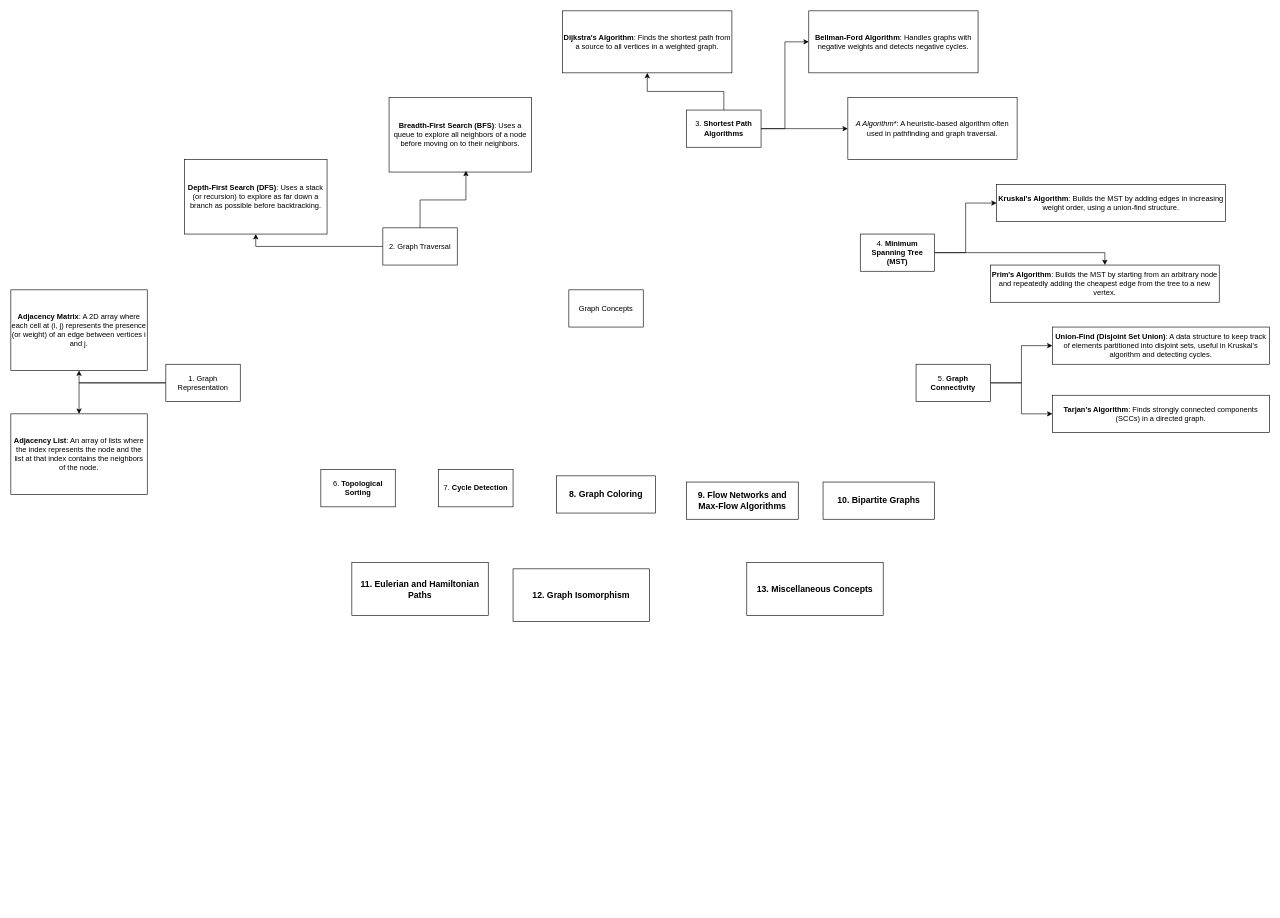
Above: graphsconcepts.drawio in KaidenCoder/DrawIORepo (draw.io), before the change. Source tidied: cells renumbered, new cells numbered last; positions are measured from the earlier drawing's top-left corner, leaving out a move shared by most shapes. Both pictures are drawn from the tidied source at 62%, with x=0, y=0 at pixel (11, 11).
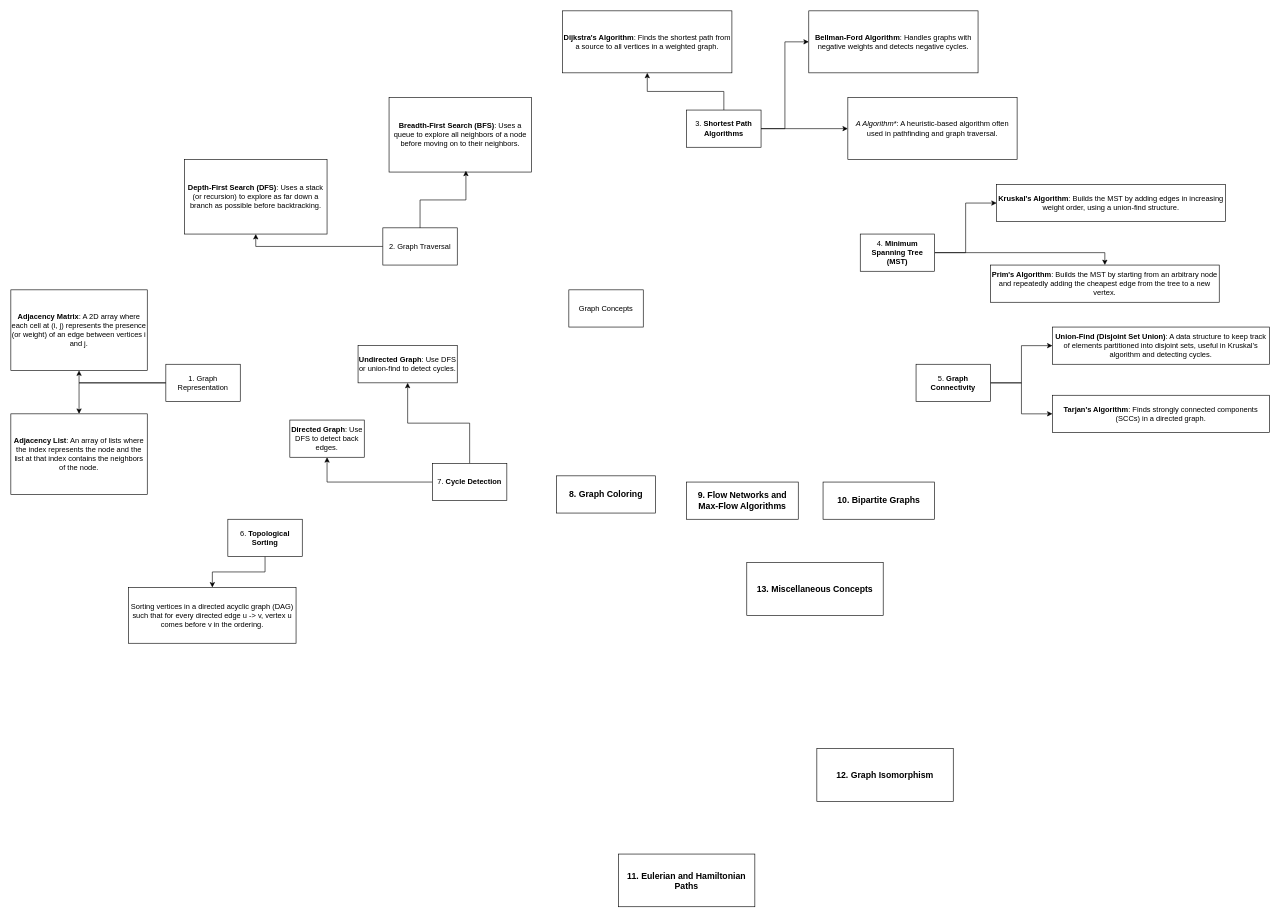
Above is the later version.

Change to the diagram source:
```diff
@@
+    <mxCell id="38" style="edgeStyle=orthogonalEdgeStyle;rounded=0;jettySize=auto;html=1;" parent="1" edge="1" source="18" target="41">
+      <mxGeometry relative="1" as="geometry" />
+    </mxCell>
     <mxCell id="18" value="6. &lt;strong&gt;Topological Sorting&lt;/strong&gt;" style="rounded=0;whiteSpace=wrap;html=1;" parent="1" vertex="1">
-      <mxGeometry x="500" y="740" width="120" height="60" as="geometry" />
+      <mxGeometry x="350" y="820" width="120" height="60" as="geometry" />
     </mxCell>
+    <mxCell id="39" style="edgeStyle=orthogonalEdgeStyle;rounded=0;jettySize=auto;html=1;entryX=0.5;entryY=1;entryDx=0;entryDy=0;" parent="1" edge="1" source="19" target="42">
+      <mxGeometry relative="1" as="geometry" />
+    </mxCell>
+    <mxCell id="40" style="edgeStyle=orthogonalEdgeStyle;rounded=0;jettySize=auto;html=1;entryX=0.5;entryY=1;entryDx=0;entryDy=0;" parent="1" edge="1" source="19" target="43">
+      <mxGeometry relative="1" as="geometry" />
+    </mxCell>
     <mxCell id="19" value="7. &lt;strong&gt;Cycle Detection&lt;/strong&gt;" style="rounded=0;whiteSpace=wrap;html=1;" parent="1" vertex="1">
-      <mxGeometry x="690" y="740" width="120" height="60" as="geometry" />
+      <mxGeometry x="680" y="730" width="120" height="60" as="geometry" />
     </mxCell>
@@
     <mxCell id="23" value="&lt;h3&gt;11. &lt;strong&gt;Eulerian and Hamiltonian Paths&lt;/strong&gt;&lt;/h3&gt;" style="rounded=0;whiteSpace=wrap;html=1;" parent="1" vertex="1">
-      <mxGeometry x="550" y="890" width="220" height="85" as="geometry" />
+      <mxGeometry x="980" y="1360" width="220" height="85" as="geometry" />
     </mxCell>
     <mxCell id="24" value="&lt;h3&gt;12. &lt;strong&gt;Graph Isomorphism&lt;/strong&gt;&lt;br&gt;&lt;/h3&gt;" style="rounded=0;whiteSpace=wrap;html=1;" parent="1" vertex="1">
-      <mxGeometry x="810" y="900" width="220" height="85" as="geometry" />
+      <mxGeometry x="1300" y="1190" width="220" height="85" as="geometry" />
     </mxCell>
@@
+    <mxCell id="41" value="Sorting vertices in a directed acyclic graph (DAG) such that for every directed edge u -&amp;gt; v, vertex u comes before v in the ordering." style="rounded=0;whiteSpace=wrap;html=1;" parent="1" vertex="1">
+      <mxGeometry x="190" y="930" width="270" height="90" as="geometry" />
+    </mxCell>
+    <mxCell id="42" value="&lt;strong&gt;Directed Graph&lt;/strong&gt;: Use DFS to detect back edges." style="rounded=0;whiteSpace=wrap;html=1;" parent="1" vertex="1">
+      <mxGeometry x="450" y="660" width="120" height="60" as="geometry" />
+    </mxCell>
+    <mxCell id="43" value="&lt;strong&gt;Undirected Graph&lt;/strong&gt;: Use DFS or union-find to detect cycles." style="rounded=0;whiteSpace=wrap;html=1;" parent="1" vertex="1">
+      <mxGeometry x="560" y="540" width="160" height="60" as="geometry" />
+    </mxCell>
```
